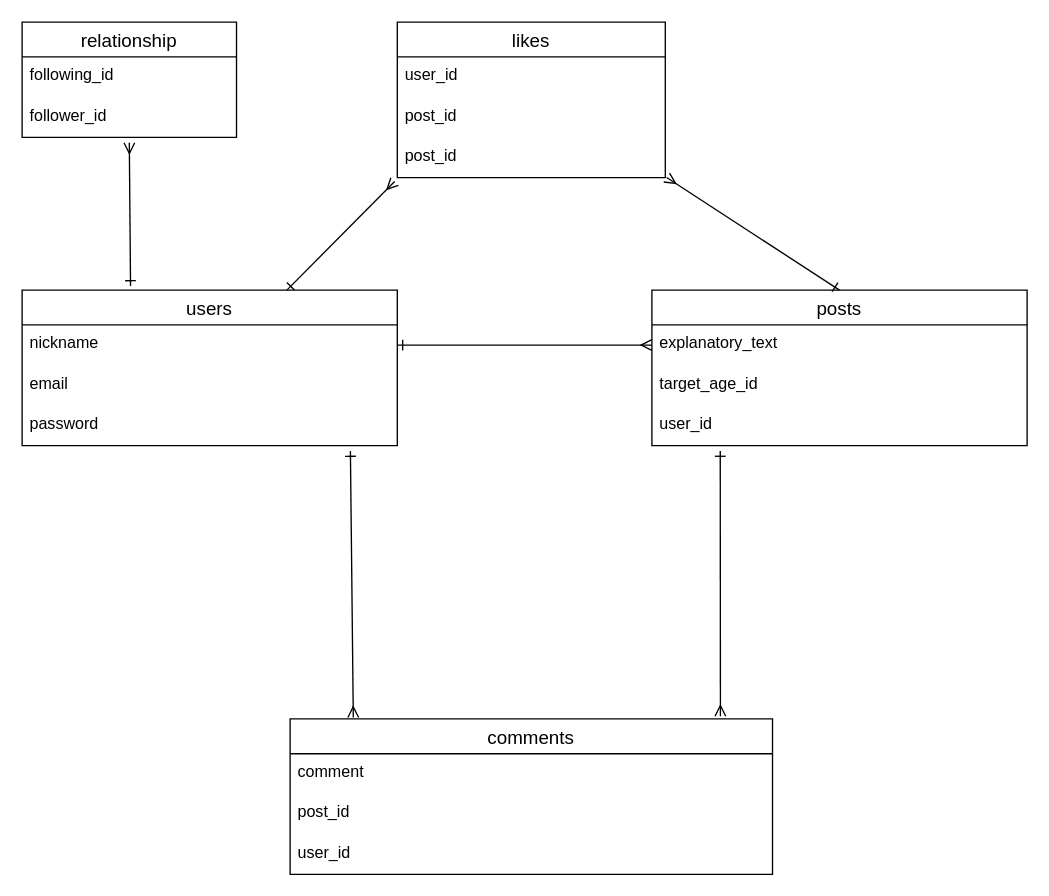
Above: original-39671.dio in tomoya0827/original-39671 (draw.io), before the change. Source tidied: cells renumbered, new cells numbered last; positions are measured from the earlier drawing's top-left corner, leaving out a move shared by most shapes. Both pictures are drawn from the tidied source at 134%, with x=0, y=0 at pixel (21, 21).
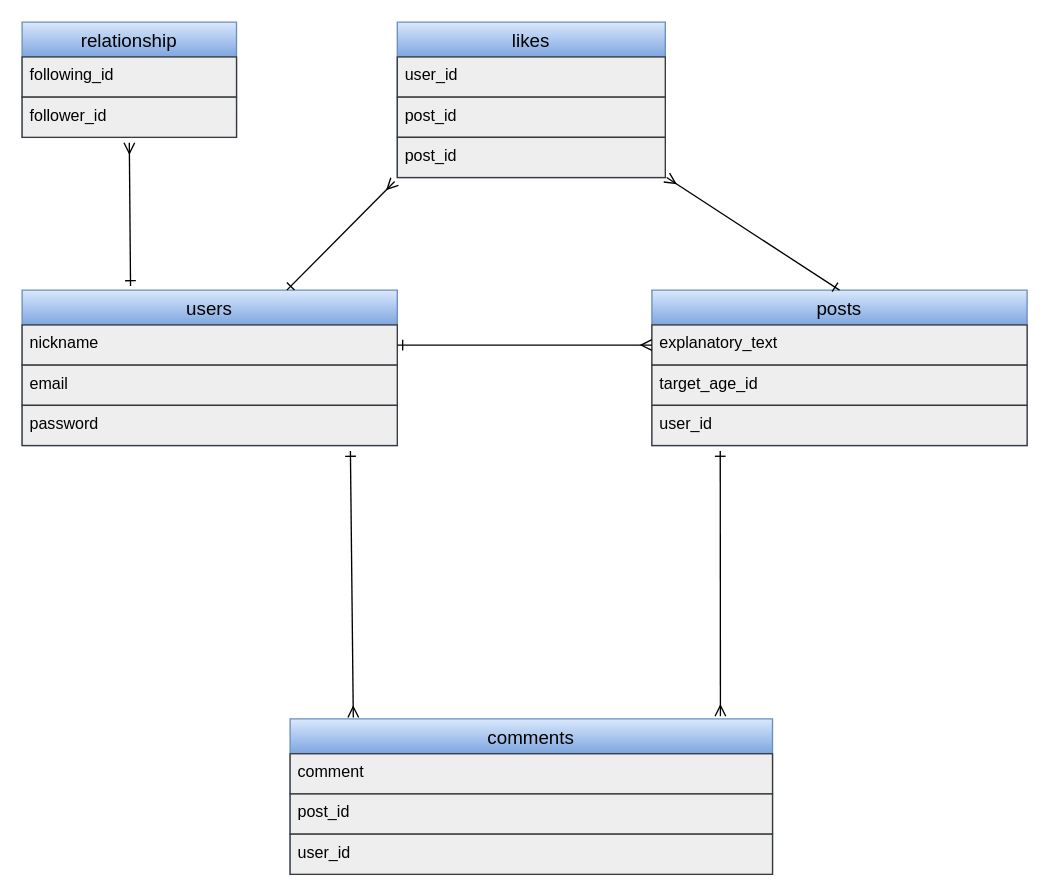
After the change.

Change to the diagram source:
```diff
@@
-    <mxCell id="2" value="users" style="swimlane;fontStyle=0;horizontal=1;startSize=26;align=center;fontSize=14;" parent="1" vertex="1">
+    <mxCell id="2" value="users" style="swimlane;fontStyle=0;horizontal=1;startSize=26;align=center;fontSize=14;fillColor=#dae8fc;gradientColor=#7ea6e0;strokeColor=#6c8ebf;fontColor=#000000;" parent="1" vertex="1">
       <mxGeometry y="200" width="280" height="116" as="geometry" />
     </mxCell>
-    <mxCell id="3" value="nickname" style="text;strokeColor=none;fillColor=none;spacingLeft=4;spacingRight=4;overflow=hidden;points=[[0,0.5],[1,0.5]];portConstraint=eastwest;fontSize=12;" parent="2" vertex="1">
+    <mxCell id="3" value="nickname" style="text;strokeColor=#36393d;fillColor=#eeeeee;spacingLeft=4;spacingRight=4;overflow=hidden;points=[[0,0.5],[1,0.5]];portConstraint=eastwest;fontSize=12;fontColor=#000000;" parent="2" vertex="1">
       <mxGeometry y="26" width="280" height="30" as="geometry" />
     </mxCell>
-    <mxCell id="4" value="email" style="text;strokeColor=none;fillColor=none;spacingLeft=4;spacingRight=4;overflow=hidden;fontSize=12;" parent="2" vertex="1">
+    <mxCell id="4" value="email" style="text;strokeColor=#36393d;fillColor=#eeeeee;spacingLeft=4;spacingRight=4;overflow=hidden;fontSize=12;fontColor=#000000;" parent="2" vertex="1">
       <mxGeometry y="56" width="280" height="30" as="geometry" />
     </mxCell>
-    <mxCell id="5" value="password" style="text;strokeColor=none;fillColor=none;spacingLeft=4;spacingRight=4;overflow=hidden;fontSize=12;" parent="2" vertex="1">
+    <mxCell id="5" value="password" style="text;strokeColor=#36393d;fillColor=#eeeeee;spacingLeft=4;spacingRight=4;overflow=hidden;fontSize=12;fontColor=#000000;" parent="2" vertex="1">
       <mxGeometry y="86" width="280" height="30" as="geometry" />
     </mxCell>
-    <mxCell id="6" value="posts" style="swimlane;fontStyle=0;horizontal=1;startSize=26;align=center;fontSize=14;" parent="1" vertex="1">
+    <mxCell id="6" value="posts" style="swimlane;fontStyle=0;horizontal=1;startSize=26;align=center;fontSize=14;fillColor=#dae8fc;gradientColor=#7ea6e0;strokeColor=#6c8ebf;fontColor=#000000;" parent="1" vertex="1">
       <mxGeometry x="470" y="200" width="280" height="116" as="geometry" />
     </mxCell>
-    <mxCell id="7" value="explanatory_text" style="text;strokeColor=none;fillColor=none;spacingLeft=4;spacingRight=4;overflow=hidden;points=[[0,0.5],[1,0.5]];portConstraint=eastwest;fontSize=12;" parent="6" vertex="1">
+    <mxCell id="7" value="explanatory_text" style="text;strokeColor=#36393d;fillColor=#eeeeee;spacingLeft=4;spacingRight=4;overflow=hidden;points=[[0,0.5],[1,0.5]];portConstraint=eastwest;fontSize=12;fontColor=#000000;" parent="6" vertex="1">
       <mxGeometry y="26" width="280" height="30" as="geometry" />
     </mxCell>
-    <mxCell id="8" value="target_age_id" style="text;strokeColor=none;fillColor=none;spacingLeft=4;spacingRight=4;overflow=hidden;fontSize=12;" parent="6" vertex="1">
+    <mxCell id="8" value="target_age_id" style="text;strokeColor=#36393d;fillColor=#eeeeee;spacingLeft=4;spacingRight=4;overflow=hidden;fontSize=12;fontColor=#000000;" parent="6" vertex="1">
       <mxGeometry y="56" width="280" height="30" as="geometry" />
     </mxCell>
-    <mxCell id="9" value="user_id" style="text;strokeColor=none;fillColor=none;spacingLeft=4;spacingRight=4;overflow=hidden;fontSize=12;" parent="6" vertex="1">
+    <mxCell id="9" value="user_id" style="text;strokeColor=#36393d;fillColor=#eeeeee;spacingLeft=4;spacingRight=4;overflow=hidden;fontSize=12;fontColor=#000000;" parent="6" vertex="1">
       <mxGeometry y="86" width="280" height="30" as="geometry" />
     </mxCell>
-    <mxCell id="10" value="comments" style="swimlane;fontStyle=0;horizontal=1;startSize=26;align=center;fontSize=14;" parent="1" vertex="1">
+    <mxCell id="10" value="comments" style="swimlane;fontStyle=0;horizontal=1;startSize=26;align=center;fontSize=14;fillColor=#dae8fc;gradientColor=#7ea6e0;strokeColor=#6c8ebf;fontColor=#000000;" parent="1" vertex="1">
       <mxGeometry x="200" y="520" width="360" height="116" as="geometry" />
     </mxCell>
-    <mxCell id="11" value="comment" style="text;strokeColor=none;fillColor=none;spacingLeft=4;spacingRight=4;overflow=hidden;fontSize=12;" parent="10" vertex="1">
+    <mxCell id="11" value="comment" style="text;strokeColor=#36393d;fillColor=#eeeeee;spacingLeft=4;spacingRight=4;overflow=hidden;fontSize=12;fontColor=#000000;" parent="10" vertex="1">
       <mxGeometry y="26" width="360" height="30" as="geometry" />
     </mxCell>
-    <mxCell id="12" value="post_id" style="text;strokeColor=none;fillColor=none;spacingLeft=4;spacingRight=4;overflow=hidden;fontSize=12;" parent="10" vertex="1">
+    <mxCell id="12" value="post_id" style="text;strokeColor=#36393d;fillColor=#eeeeee;spacingLeft=4;spacingRight=4;overflow=hidden;fontSize=12;fontColor=#000000;" parent="10" vertex="1">
       <mxGeometry y="56" width="360" height="30" as="geometry" />
     </mxCell>
-    <mxCell id="13" value="user_id" style="text;strokeColor=none;fillColor=none;spacingLeft=4;spacingRight=4;overflow=hidden;fontSize=12;" parent="10" vertex="1">
+    <mxCell id="13" value="user_id" style="text;strokeColor=#36393d;fillColor=#eeeeee;spacingLeft=4;spacingRight=4;overflow=hidden;fontSize=12;fontColor=#000000;" parent="10" vertex="1">
       <mxGeometry y="86" width="360" height="30" as="geometry" />
     </mxCell>
@@
-    <mxCell id="17" value="relationship" style="swimlane;fontStyle=0;horizontal=1;startSize=26;align=center;fontSize=14;" parent="1" vertex="1">
+    <mxCell id="17" value="relationship" style="swimlane;fontStyle=0;horizontal=1;startSize=26;align=center;fontSize=14;fillColor=#dae8fc;gradientColor=#7ea6e0;strokeColor=#6c8ebf;fontColor=#000000;" parent="1" vertex="1">
       <mxGeometry width="160" height="86" as="geometry" />
     </mxCell>
-    <mxCell id="18" value="following_id" style="text;strokeColor=none;fillColor=none;spacingLeft=4;spacingRight=4;overflow=hidden;fontSize=12;" parent="17" vertex="1">
+    <mxCell id="18" value="following_id" style="text;strokeColor=#36393d;fillColor=#eeeeee;spacingLeft=4;spacingRight=4;overflow=hidden;fontSize=12;fontColor=#000000;" parent="17" vertex="1">
       <mxGeometry y="26" width="160" height="30" as="geometry" />
     </mxCell>
-    <mxCell id="19" value="follower_id" style="text;strokeColor=none;fillColor=none;spacingLeft=4;spacingRight=4;overflow=hidden;fontSize=12;" parent="17" vertex="1">
+    <mxCell id="19" value="follower_id" style="text;strokeColor=#36393d;fillColor=#eeeeee;spacingLeft=4;spacingRight=4;overflow=hidden;fontSize=12;fontColor=#000000;" parent="17" vertex="1">
       <mxGeometry y="56" width="160" height="30" as="geometry" />
     </mxCell>
@@
-    <mxCell id="21" value="likes" style="swimlane;fontStyle=0;horizontal=1;startSize=26;align=center;fontSize=14;" parent="1" vertex="1">
+    <mxCell id="21" value="likes" style="swimlane;fontStyle=0;horizontal=1;startSize=26;align=center;fontSize=14;fillColor=#dae8fc;gradientColor=#7ea6e0;strokeColor=#6c8ebf;fontColor=#000000;" parent="1" vertex="1">
       <mxGeometry x="280" width="200" height="116" as="geometry" />
     </mxCell>
-    <mxCell id="22" value="user_id" style="text;strokeColor=none;fillColor=none;spacingLeft=4;spacingRight=4;overflow=hidden;fontSize=12;" parent="21" vertex="1">
+    <mxCell id="22" value="user_id" style="text;strokeColor=#36393d;fillColor=#eeeeee;spacingLeft=4;spacingRight=4;overflow=hidden;fontSize=12;fontColor=#000000;" parent="21" vertex="1">
       <mxGeometry y="26" width="200" height="30" as="geometry" />
     </mxCell>
-    <mxCell id="23" value="post_id" style="text;strokeColor=none;fillColor=none;spacingLeft=4;spacingRight=4;overflow=hidden;fontSize=12;" parent="21" vertex="1">
+    <mxCell id="23" value="post_id" style="text;strokeColor=#36393d;fillColor=#eeeeee;spacingLeft=4;spacingRight=4;overflow=hidden;fontSize=12;fontColor=#000000;" parent="21" vertex="1">
       <mxGeometry y="56" width="200" height="30" as="geometry" />
     </mxCell>
-    <mxCell id="24" value="post_id" style="text;strokeColor=none;fillColor=none;spacingLeft=4;spacingRight=4;overflow=hidden;points=[[0,0.5],[1,0.5]];portConstraint=eastwest;fontSize=12;" parent="21" vertex="1">
+    <mxCell id="24" value="post_id" style="text;strokeColor=#36393d;fillColor=#eeeeee;spacingLeft=4;spacingRight=4;overflow=hidden;points=[[0,0.5],[1,0.5]];portConstraint=eastwest;fontSize=12;fontColor=#000000;" parent="21" vertex="1">
       <mxGeometry y="86" width="200" height="30" as="geometry" />
     </mxCell>
```
